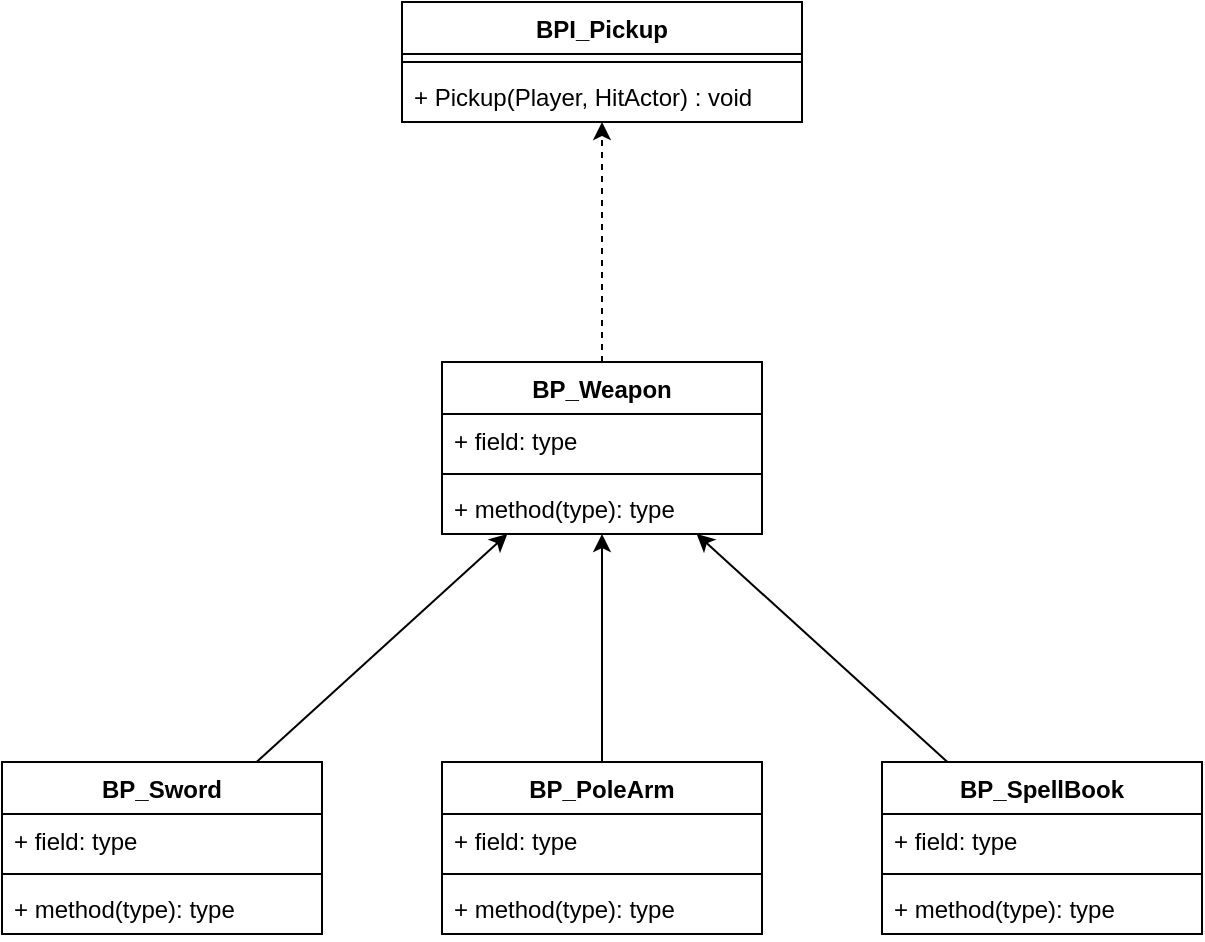
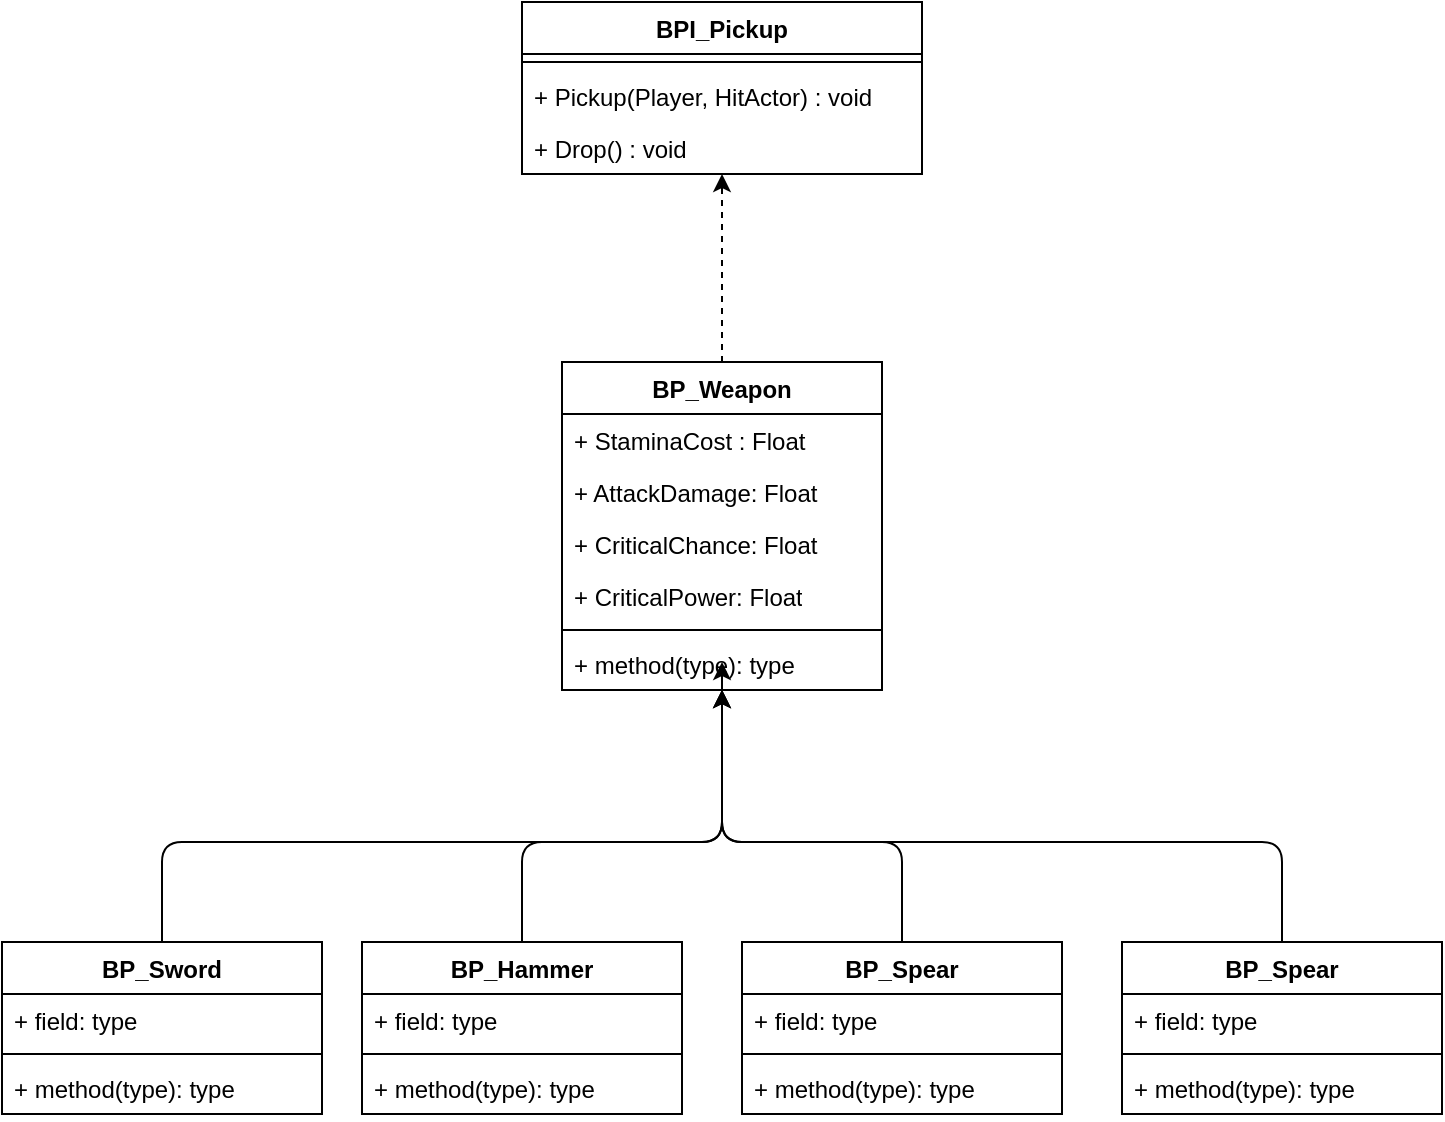
<mxfile host="65bd71144e">
    <diagram id="mQp0FE-_fZ0UkQIPqsk9" name="Page-1">
-         <mxGraphModel dx="993" dy="577" grid="1" gridSize="10" guides="1" tooltips="1" connect="1" arrows="1" fold="1" page="1" pageScale="1" pageWidth="5000" pageHeight="5000" math="0" shadow="0">
+         <mxGraphModel dx="1740" dy="837" grid="1" gridSize="10" guides="1" tooltips="1" connect="1" arrows="1" fold="1" page="1" pageScale="1" pageWidth="5000" pageHeight="5000" math="0" shadow="0">
            <root>
                <mxCell id="0"/>
                <mxCell id="1" parent="0"/>
-                 <mxCell id="10" style="edgeStyle=none;html=1;dashed=1;" edge="1" parent="1" source="2" target="6">
+                 <mxCell id="10" style="edgeStyle=none;html=1;dashed=1;" parent="1" source="2" target="6" edge="1">
                    <mxGeometry relative="1" as="geometry"/>
                </mxCell>
-                 <mxCell id="2" value="BP_Weapon" style="swimlane;fontStyle=1;align=center;verticalAlign=top;childLayout=stackLayout;horizontal=1;startSize=26;horizontalStack=0;resizeParent=1;resizeParentMax=0;resizeLast=0;collapsible=1;marginBottom=0;whiteSpace=wrap;html=1;" vertex="1" parent="1">
-                     <mxGeometry x="760" y="240" width="160" height="86" as="geometry">
+                 <mxCell id="2" value="BP_Weapon" style="swimlane;fontStyle=1;align=center;verticalAlign=top;childLayout=stackLayout;horizontal=1;startSize=26;horizontalStack=0;resizeParent=1;resizeParentMax=0;resizeLast=0;collapsible=1;marginBottom=0;whiteSpace=wrap;html=1;" parent="1" vertex="1">
+                     <mxGeometry x="760" y="240" width="160" height="164" as="geometry">
                        <mxRectangle x="520" y="240" width="100" height="30" as="alternateBounds"/>
                    </mxGeometry>
                </mxCell>
-                 <mxCell id="3" value="+ field: type" style="text;strokeColor=none;fillColor=none;align=left;verticalAlign=top;spacingLeft=4;spacingRight=4;overflow=hidden;rotatable=0;points=[[0,0.5],[1,0.5]];portConstraint=eastwest;whiteSpace=wrap;html=1;" vertex="1" parent="2">
+                 <mxCell id="3" value="+ StaminaCost : Float" style="text;strokeColor=none;fillColor=none;align=left;verticalAlign=top;spacingLeft=4;spacingRight=4;overflow=hidden;rotatable=0;points=[[0,0.5],[1,0.5]];portConstraint=eastwest;whiteSpace=wrap;html=1;" parent="2" vertex="1">
                    <mxGeometry y="26" width="160" height="26" as="geometry"/>
                </mxCell>
-                 <mxCell id="4" value="" style="line;strokeWidth=1;fillColor=none;align=left;verticalAlign=middle;spacingTop=-1;spacingLeft=3;spacingRight=3;rotatable=0;labelPosition=right;points=[];portConstraint=eastwest;strokeColor=inherit;" vertex="1" parent="2">
-                     <mxGeometry y="52" width="160" height="8" as="geometry"/>
+                 <mxCell id="28" value="+ AttackDamage: Float" style="text;strokeColor=none;fillColor=none;align=left;verticalAlign=top;spacingLeft=4;spacingRight=4;overflow=hidden;rotatable=0;points=[[0,0.5],[1,0.5]];portConstraint=eastwest;whiteSpace=wrap;html=1;" vertex="1" parent="2">
+                     <mxGeometry y="52" width="160" height="26" as="geometry"/>
                </mxCell>
-                 <mxCell id="5" value="+ method(type): type" style="text;strokeColor=none;fillColor=none;align=left;verticalAlign=top;spacingLeft=4;spacingRight=4;overflow=hidden;rotatable=0;points=[[0,0.5],[1,0.5]];portConstraint=eastwest;whiteSpace=wrap;html=1;" vertex="1" parent="2">
-                     <mxGeometry y="60" width="160" height="26" as="geometry"/>
+                 <mxCell id="29" value="+ CriticalChance: Float" style="text;strokeColor=none;fillColor=none;align=left;verticalAlign=top;spacingLeft=4;spacingRight=4;overflow=hidden;rotatable=0;points=[[0,0.5],[1,0.5]];portConstraint=eastwest;whiteSpace=wrap;html=1;" vertex="1" parent="2">
+                     <mxGeometry y="78" width="160" height="26" as="geometry"/>
                </mxCell>
-                 <mxCell id="6" value="BPI_Pickup" style="swimlane;fontStyle=1;align=center;verticalAlign=top;childLayout=stackLayout;horizontal=1;startSize=26;horizontalStack=0;resizeParent=1;resizeParentMax=0;resizeLast=0;collapsible=1;marginBottom=0;whiteSpace=wrap;html=1;" vertex="1" parent="1">
-                     <mxGeometry x="740" y="60" width="200" height="60" as="geometry">
+                 <mxCell id="30" value="+ CriticalPower: Float" style="text;strokeColor=none;fillColor=none;align=left;verticalAlign=top;spacingLeft=4;spacingRight=4;overflow=hidden;rotatable=0;points=[[0,0.5],[1,0.5]];portConstraint=eastwest;whiteSpace=wrap;html=1;" vertex="1" parent="2">
+                     <mxGeometry y="104" width="160" height="26" as="geometry"/>
+                 </mxCell>
+                 <mxCell id="4" value="" style="line;strokeWidth=1;fillColor=none;align=left;verticalAlign=middle;spacingTop=-1;spacingLeft=3;spacingRight=3;rotatable=0;labelPosition=right;points=[];portConstraint=eastwest;strokeColor=inherit;" parent="2" vertex="1">
+                     <mxGeometry y="130" width="160" height="8" as="geometry"/>
+                 </mxCell>
+                 <mxCell id="5" value="+ method(type): type" style="text;strokeColor=none;fillColor=none;align=left;verticalAlign=top;spacingLeft=4;spacingRight=4;overflow=hidden;rotatable=0;points=[[0,0.5],[1,0.5]];portConstraint=eastwest;whiteSpace=wrap;html=1;" parent="2" vertex="1">
+                     <mxGeometry y="138" width="160" height="26" as="geometry"/>
+                 </mxCell>
+                 <mxCell id="6" value="BPI_Pickup" style="swimlane;fontStyle=1;align=center;verticalAlign=top;childLayout=stackLayout;horizontal=1;startSize=26;horizontalStack=0;resizeParent=1;resizeParentMax=0;resizeLast=0;collapsible=1;marginBottom=0;whiteSpace=wrap;html=1;" parent="1" vertex="1">
+                     <mxGeometry x="740" y="60" width="200" height="86" as="geometry">
                        <mxRectangle x="520" y="240" width="100" height="30" as="alternateBounds"/>
                    </mxGeometry>
                </mxCell>
-                 <mxCell id="8" value="" style="line;strokeWidth=1;fillColor=none;align=left;verticalAlign=middle;spacingTop=-1;spacingLeft=3;spacingRight=3;rotatable=0;labelPosition=right;points=[];portConstraint=eastwest;strokeColor=inherit;" vertex="1" parent="6">
+                 <mxCell id="8" value="" style="line;strokeWidth=1;fillColor=none;align=left;verticalAlign=middle;spacingTop=-1;spacingLeft=3;spacingRight=3;rotatable=0;labelPosition=right;points=[];portConstraint=eastwest;strokeColor=inherit;" parent="6" vertex="1">
                    <mxGeometry y="26" width="200" height="8" as="geometry"/>
                </mxCell>
-                 <mxCell id="9" value="+ Pickup(Player, HitActor) : void" style="text;strokeColor=none;fillColor=none;align=left;verticalAlign=top;spacingLeft=4;spacingRight=4;overflow=hidden;rotatable=0;points=[[0,0.5],[1,0.5]];portConstraint=eastwest;whiteSpace=wrap;html=1;" vertex="1" parent="6">
+                 <mxCell id="9" value="+ Pickup(Player, HitActor) : void" style="text;strokeColor=none;fillColor=none;align=left;verticalAlign=top;spacingLeft=4;spacingRight=4;overflow=hidden;rotatable=0;points=[[0,0.5],[1,0.5]];portConstraint=eastwest;whiteSpace=wrap;html=1;" parent="6" vertex="1">
                    <mxGeometry y="34" width="200" height="26" as="geometry"/>
                </mxCell>
-                 <mxCell id="15" style="edgeStyle=none;html=1;" edge="1" parent="1" source="11" target="2">
-                     <mxGeometry relative="1" as="geometry"/>
+                 <mxCell id="26" value="+ Drop() : void" style="text;strokeColor=none;fillColor=none;align=left;verticalAlign=top;spacingLeft=4;spacingRight=4;overflow=hidden;rotatable=0;points=[[0,0.5],[1,0.5]];portConstraint=eastwest;whiteSpace=wrap;html=1;" vertex="1" parent="6">
+                     <mxGeometry y="60" width="200" height="26" as="geometry"/>
                </mxCell>
-                 <mxCell id="11" value="BP_Sword" style="swimlane;fontStyle=1;align=center;verticalAlign=top;childLayout=stackLayout;horizontal=1;startSize=26;horizontalStack=0;resizeParent=1;resizeParentMax=0;resizeLast=0;collapsible=1;marginBottom=0;whiteSpace=wrap;html=1;" vertex="1" parent="1">
-                     <mxGeometry x="540" y="440" width="160" height="86" as="geometry">
+                 <mxCell id="15" style="edgeStyle=orthogonalEdgeStyle;html=1;" parent="1" source="11" target="2" edge="1">
+                     <mxGeometry relative="1" as="geometry">
+                         <Array as="points">
+                             <mxPoint x="560" y="480"/>
+                             <mxPoint x="840" y="480"/>
+                         </Array>
+                     </mxGeometry>
+                 </mxCell>
+                 <mxCell id="11" value="BP_Sword" style="swimlane;fontStyle=1;align=center;verticalAlign=top;childLayout=stackLayout;horizontal=1;startSize=26;horizontalStack=0;resizeParent=1;resizeParentMax=0;resizeLast=0;collapsible=1;marginBottom=0;whiteSpace=wrap;html=1;" parent="1" vertex="1">
+                     <mxGeometry x="480" y="530" width="160" height="86" as="geometry">
                        <mxRectangle x="520" y="240" width="100" height="30" as="alternateBounds"/>
                    </mxGeometry>
                </mxCell>
-                 <mxCell id="12" value="+ field: type" style="text;strokeColor=none;fillColor=none;align=left;verticalAlign=top;spacingLeft=4;spacingRight=4;overflow=hidden;rotatable=0;points=[[0,0.5],[1,0.5]];portConstraint=eastwest;whiteSpace=wrap;html=1;" vertex="1" parent="11">
+                 <mxCell id="12" value="+ field: type" style="text;strokeColor=none;fillColor=none;align=left;verticalAlign=top;spacingLeft=4;spacingRight=4;overflow=hidden;rotatable=0;points=[[0,0.5],[1,0.5]];portConstraint=eastwest;whiteSpace=wrap;html=1;" parent="11" vertex="1">
                    <mxGeometry y="26" width="160" height="26" as="geometry"/>
                </mxCell>
-                 <mxCell id="13" value="" style="line;strokeWidth=1;fillColor=none;align=left;verticalAlign=middle;spacingTop=-1;spacingLeft=3;spacingRight=3;rotatable=0;labelPosition=right;points=[];portConstraint=eastwest;strokeColor=inherit;" vertex="1" parent="11">
+                 <mxCell id="13" value="" style="line;strokeWidth=1;fillColor=none;align=left;verticalAlign=middle;spacingTop=-1;spacingLeft=3;spacingRight=3;rotatable=0;labelPosition=right;points=[];portConstraint=eastwest;strokeColor=inherit;" parent="11" vertex="1">
                    <mxGeometry y="52" width="160" height="8" as="geometry"/>
                </mxCell>
-                 <mxCell id="14" value="+ method(type): type" style="text;strokeColor=none;fillColor=none;align=left;verticalAlign=top;spacingLeft=4;spacingRight=4;overflow=hidden;rotatable=0;points=[[0,0.5],[1,0.5]];portConstraint=eastwest;whiteSpace=wrap;html=1;" vertex="1" parent="11">
+                 <mxCell id="14" value="+ method(type): type" style="text;strokeColor=none;fillColor=none;align=left;verticalAlign=top;spacingLeft=4;spacingRight=4;overflow=hidden;rotatable=0;points=[[0,0.5],[1,0.5]];portConstraint=eastwest;whiteSpace=wrap;html=1;" parent="11" vertex="1">
                    <mxGeometry y="60" width="160" height="26" as="geometry"/>
                </mxCell>
-                 <mxCell id="20" style="edgeStyle=none;html=1;" edge="1" parent="1" source="16" target="2">
-                     <mxGeometry relative="1" as="geometry"/>
+                 <mxCell id="20" style="edgeStyle=orthogonalEdgeStyle;html=1;" parent="1" source="16" edge="1">
+                     <mxGeometry relative="1" as="geometry">
+                         <mxPoint x="740" y="516" as="sourcePoint"/>
+                         <mxPoint x="840" y="390" as="targetPoint"/>
+                         <Array as="points">
+                             <mxPoint x="740" y="480"/>
+                             <mxPoint x="840" y="480"/>
+                         </Array>
+                     </mxGeometry>
                </mxCell>
-                 <mxCell id="16" value="BP_PoleArm" style="swimlane;fontStyle=1;align=center;verticalAlign=top;childLayout=stackLayout;horizontal=1;startSize=26;horizontalStack=0;resizeParent=1;resizeParentMax=0;resizeLast=0;collapsible=1;marginBottom=0;whiteSpace=wrap;html=1;" vertex="1" parent="1">
-                     <mxGeometry x="760" y="440" width="160" height="86" as="geometry">
+                 <mxCell id="16" value="BP_Hammer" style="swimlane;fontStyle=1;align=center;verticalAlign=top;childLayout=stackLayout;horizontal=1;startSize=26;horizontalStack=0;resizeParent=1;resizeParentMax=0;resizeLast=0;collapsible=1;marginBottom=0;whiteSpace=wrap;html=1;" parent="1" vertex="1">
+                     <mxGeometry x="660" y="530" width="160" height="86" as="geometry">
                        <mxRectangle x="520" y="240" width="100" height="30" as="alternateBounds"/>
                    </mxGeometry>
                </mxCell>
-                 <mxCell id="17" value="+ field: type" style="text;strokeColor=none;fillColor=none;align=left;verticalAlign=top;spacingLeft=4;spacingRight=4;overflow=hidden;rotatable=0;points=[[0,0.5],[1,0.5]];portConstraint=eastwest;whiteSpace=wrap;html=1;" vertex="1" parent="16">
+                 <mxCell id="17" value="+ field: type" style="text;strokeColor=none;fillColor=none;align=left;verticalAlign=top;spacingLeft=4;spacingRight=4;overflow=hidden;rotatable=0;points=[[0,0.5],[1,0.5]];portConstraint=eastwest;whiteSpace=wrap;html=1;" parent="16" vertex="1">
                    <mxGeometry y="26" width="160" height="26" as="geometry"/>
                </mxCell>
-                 <mxCell id="18" value="" style="line;strokeWidth=1;fillColor=none;align=left;verticalAlign=middle;spacingTop=-1;spacingLeft=3;spacingRight=3;rotatable=0;labelPosition=right;points=[];portConstraint=eastwest;strokeColor=inherit;" vertex="1" parent="16">
+                 <mxCell id="18" value="" style="line;strokeWidth=1;fillColor=none;align=left;verticalAlign=middle;spacingTop=-1;spacingLeft=3;spacingRight=3;rotatable=0;labelPosition=right;points=[];portConstraint=eastwest;strokeColor=inherit;" parent="16" vertex="1">
                    <mxGeometry y="52" width="160" height="8" as="geometry"/>
                </mxCell>
-                 <mxCell id="19" value="+ method(type): type" style="text;strokeColor=none;fillColor=none;align=left;verticalAlign=top;spacingLeft=4;spacingRight=4;overflow=hidden;rotatable=0;points=[[0,0.5],[1,0.5]];portConstraint=eastwest;whiteSpace=wrap;html=1;" vertex="1" parent="16">
+                 <mxCell id="19" value="+ method(type): type" style="text;strokeColor=none;fillColor=none;align=left;verticalAlign=top;spacingLeft=4;spacingRight=4;overflow=hidden;rotatable=0;points=[[0,0.5],[1,0.5]];portConstraint=eastwest;whiteSpace=wrap;html=1;" parent="16" vertex="1">
                    <mxGeometry y="60" width="160" height="26" as="geometry"/>
                </mxCell>
-                 <mxCell id="25" style="edgeStyle=none;html=1;" edge="1" parent="1" source="21" target="2">
-                     <mxGeometry relative="1" as="geometry"/>
+                 <mxCell id="25" style="edgeStyle=orthogonalEdgeStyle;html=1;" parent="1" source="21" target="2" edge="1">
+                     <mxGeometry relative="1" as="geometry">
+                         <Array as="points">
+                             <mxPoint x="930" y="480"/>
+                             <mxPoint x="840" y="480"/>
+                         </Array>
+                     </mxGeometry>
                </mxCell>
-                 <mxCell id="21" value="BP_SpellBook" style="swimlane;fontStyle=1;align=center;verticalAlign=top;childLayout=stackLayout;horizontal=1;startSize=26;horizontalStack=0;resizeParent=1;resizeParentMax=0;resizeLast=0;collapsible=1;marginBottom=0;whiteSpace=wrap;html=1;" vertex="1" parent="1">
-                     <mxGeometry x="980" y="440" width="160" height="86" as="geometry">
+                 <mxCell id="21" value="BP_Spear" style="swimlane;fontStyle=1;align=center;verticalAlign=top;childLayout=stackLayout;horizontal=1;startSize=26;horizontalStack=0;resizeParent=1;resizeParentMax=0;resizeLast=0;collapsible=1;marginBottom=0;whiteSpace=wrap;html=1;" parent="1" vertex="1">
+                     <mxGeometry x="850" y="530" width="160" height="86" as="geometry">
                        <mxRectangle x="520" y="240" width="100" height="30" as="alternateBounds"/>
                    </mxGeometry>
                </mxCell>
-                 <mxCell id="22" value="+ field: type" style="text;strokeColor=none;fillColor=none;align=left;verticalAlign=top;spacingLeft=4;spacingRight=4;overflow=hidden;rotatable=0;points=[[0,0.5],[1,0.5]];portConstraint=eastwest;whiteSpace=wrap;html=1;" vertex="1" parent="21">
+                 <mxCell id="22" value="+ field: type" style="text;strokeColor=none;fillColor=none;align=left;verticalAlign=top;spacingLeft=4;spacingRight=4;overflow=hidden;rotatable=0;points=[[0,0.5],[1,0.5]];portConstraint=eastwest;whiteSpace=wrap;html=1;" parent="21" vertex="1">
                    <mxGeometry y="26" width="160" height="26" as="geometry"/>
                </mxCell>
-                 <mxCell id="23" value="" style="line;strokeWidth=1;fillColor=none;align=left;verticalAlign=middle;spacingTop=-1;spacingLeft=3;spacingRight=3;rotatable=0;labelPosition=right;points=[];portConstraint=eastwest;strokeColor=inherit;" vertex="1" parent="21">
+                 <mxCell id="23" value="" style="line;strokeWidth=1;fillColor=none;align=left;verticalAlign=middle;spacingTop=-1;spacingLeft=3;spacingRight=3;rotatable=0;labelPosition=right;points=[];portConstraint=eastwest;strokeColor=inherit;" parent="21" vertex="1">
                    <mxGeometry y="52" width="160" height="8" as="geometry"/>
                </mxCell>
-                 <mxCell id="24" value="+ method(type): type" style="text;strokeColor=none;fillColor=none;align=left;verticalAlign=top;spacingLeft=4;spacingRight=4;overflow=hidden;rotatable=0;points=[[0,0.5],[1,0.5]];portConstraint=eastwest;whiteSpace=wrap;html=1;" vertex="1" parent="21">
+                 <mxCell id="24" value="+ method(type): type" style="text;strokeColor=none;fillColor=none;align=left;verticalAlign=top;spacingLeft=4;spacingRight=4;overflow=hidden;rotatable=0;points=[[0,0.5],[1,0.5]];portConstraint=eastwest;whiteSpace=wrap;html=1;" parent="21" vertex="1">
+                     <mxGeometry y="60" width="160" height="26" as="geometry"/>
+                 </mxCell>
+                 <mxCell id="36" style="edgeStyle=orthogonalEdgeStyle;html=1;" edge="1" parent="1" source="32" target="2">
+                     <mxGeometry relative="1" as="geometry">
+                         <Array as="points">
+                             <mxPoint x="1120" y="480"/>
+                             <mxPoint x="840" y="480"/>
+                         </Array>
+                     </mxGeometry>
+                 </mxCell>
+                 <mxCell id="32" value="BP_Spear" style="swimlane;fontStyle=1;align=center;verticalAlign=top;childLayout=stackLayout;horizontal=1;startSize=26;horizontalStack=0;resizeParent=1;resizeParentMax=0;resizeLast=0;collapsible=1;marginBottom=0;whiteSpace=wrap;html=1;" vertex="1" parent="1">
+                     <mxGeometry x="1040" y="530" width="160" height="86" as="geometry">
+                         <mxRectangle x="520" y="240" width="100" height="30" as="alternateBounds"/>
+                     </mxGeometry>
+                 </mxCell>
+                 <mxCell id="33" value="+ field: type" style="text;strokeColor=none;fillColor=none;align=left;verticalAlign=top;spacingLeft=4;spacingRight=4;overflow=hidden;rotatable=0;points=[[0,0.5],[1,0.5]];portConstraint=eastwest;whiteSpace=wrap;html=1;" vertex="1" parent="32">
+                     <mxGeometry y="26" width="160" height="26" as="geometry"/>
+                 </mxCell>
+                 <mxCell id="34" value="" style="line;strokeWidth=1;fillColor=none;align=left;verticalAlign=middle;spacingTop=-1;spacingLeft=3;spacingRight=3;rotatable=0;labelPosition=right;points=[];portConstraint=eastwest;strokeColor=inherit;" vertex="1" parent="32">
+                     <mxGeometry y="52" width="160" height="8" as="geometry"/>
+                 </mxCell>
+                 <mxCell id="35" value="+ method(type): type" style="text;strokeColor=none;fillColor=none;align=left;verticalAlign=top;spacingLeft=4;spacingRight=4;overflow=hidden;rotatable=0;points=[[0,0.5],[1,0.5]];portConstraint=eastwest;whiteSpace=wrap;html=1;" vertex="1" parent="32">
                    <mxGeometry y="60" width="160" height="26" as="geometry"/>
                </mxCell>
            </root>
        </mxGraphModel>
    </diagram>
</mxfile>